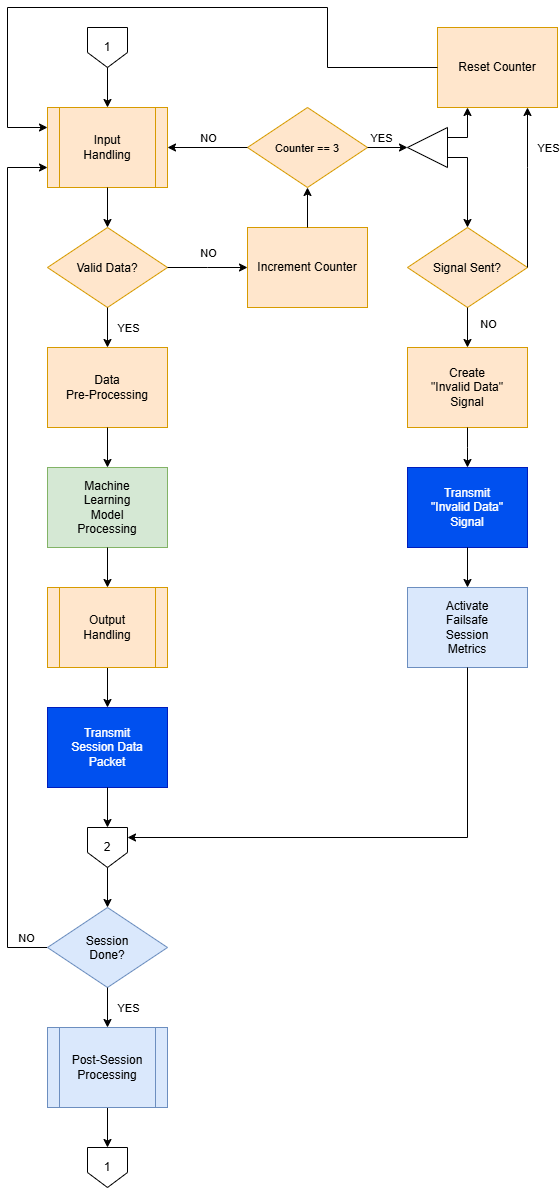
Above: system-architecture/assets/sys-op-fc-2.png in ARRR-Coen-Elec-490/docs (draw.io), before the change. Source tidied: cells renumbered, new cells last; positions are measured from the earlier drawing's top-left corner, leaving out a move shared by most shapes.
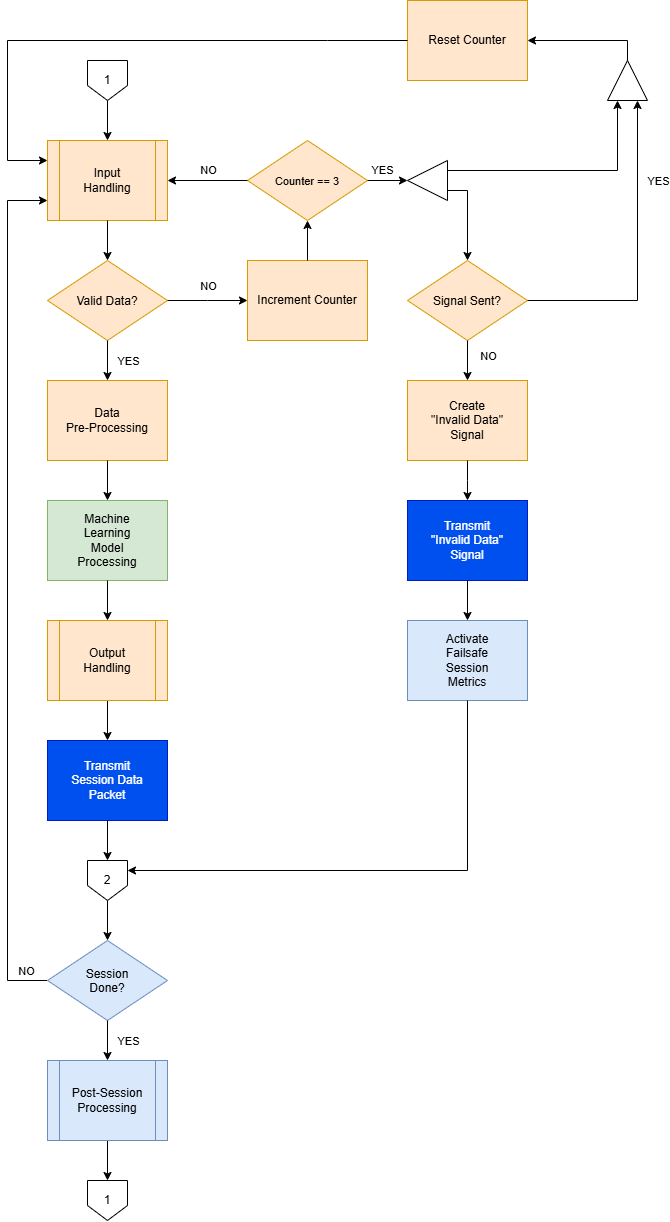
The same diagram one commit later.

The edit, as a diff of the source:
```diff
@@ -133,22 +133,21 @@
       </mxGeometry>
     </mxCell>
     <mxCell id="37" value="Reset Counter" style="rounded=0;whiteSpace=wrap;html=1;fillColor=#ffe6cc;strokeColor=#d79b00;" parent="1" vertex="1">
-      <mxGeometry x="430" y="20" width="120" height="80" as="geometry" />
+      <mxGeometry x="400" y="-40" width="120" height="80" as="geometry" />
     </mxCell>
     <mxCell id="38" style="endArrow=classic;html=1;rounded=0;defaultLabelBackgroundColor=page;labelPadding=0 4;entryX=0;entryY=0.25;entryDx=0;entryDy=0;exitX=0;exitY=0.5;exitDx=0;exitDy=0;" parent="1" edge="1" source="37" target="2">
-      <mxGeometry x="-0.03" relative="1" as="geometry">
+      <mxGeometry x="-0.16" relative="1" as="geometry">
         <Array as="points">
-          <mxPoint x="320" y="60" />
           <mxPoint x="320" />
           <mxPoint />
           <mxPoint y="120" />
         </Array>
       </mxGeometry>
     </mxCell>
-    <mxCell id="39" style="endArrow=classic;html=1;rounded=0;defaultLabelBackgroundColor=page;labelPadding=0 4;entryX=0.25;entryY=1;entryDx=0;entryDy=0;exitX=0;exitY=0.75;exitDx=0;exitDy=0;" parent="1" edge="1" source="30" target="37">
+    <mxCell id="39" style="endArrow=classic;html=1;rounded=0;defaultLabelBackgroundColor=page;labelPadding=0 4;entryX=0;entryY=0.25;entryDx=0;entryDy=0;exitX=0;exitY=0.75;exitDx=0;exitDy=0;" parent="1" edge="1" source="30" target="53">
       <mxGeometry relative="1" as="geometry">
         <Array as="points">
-          <mxPoint x="460" y="130" />
+          <mxPoint x="610" y="130" />
         </Array>
       </mxGeometry>
     </mxCell>
@@ -200,17 +199,27 @@
     <mxCell id="50" value="Post-Session&lt;div&gt;Processing&lt;/div&gt;" style="shape=process;whiteSpace=wrap;html=1;backgroundOutline=1;fillColor=#dae8fc;strokeColor=#6c8ebf;" parent="1" vertex="1">
       <mxGeometry x="40" y="1020" width="120" height="80" as="geometry" />
     </mxCell>
-    <mxCell id="51" style="endArrow=classic;html=1;rounded=0;defaultLabelBackgroundColor=page;labelPadding=0 4;entryX=0.75;entryY=1;entryDx=0;entryDy=0;exitX=1;exitY=0.5;exitDx=0;exitDy=0;" parent="1" edge="1" source="34" target="37">
+    <mxCell id="51" style="endArrow=classic;html=1;rounded=0;defaultLabelBackgroundColor=page;labelPadding=0 4;entryX=0;entryY=0.75;entryDx=0;entryDy=0;exitX=1;exitY=0.5;exitDx=0;exitDy=0;" parent="1" edge="1" source="34" target="53">
       <mxGeometry relative="1" as="geometry">
         <Array as="points">
-          <mxPoint x="520" y="160" />
+          <mxPoint x="630" y="260" />
         </Array>
       </mxGeometry>
     </mxCell>
     <mxCell id="52" value="YES" style="edgeLabel;html=1;align=center;verticalAlign=middle;inheritText=1;defaultLabelBackgroundColor=page;labelPadding=0 4;" parent="51" vertex="1">
       <mxGeometry x="0.16" relative="1" as="geometry">
-        <mxPoint x="20" y="-28" as="offset" />
+        <mxPoint x="20" y="-51" as="offset" />
       </mxGeometry>
     </mxCell>
+    <mxCell id="53" style="triangle;whiteSpace=wrap;html=1;shapeInside=1;rotation=-90;" parent="1" vertex="1">
+      <mxGeometry x="600" y="20" width="40" height="40" as="geometry" />
+    </mxCell>
+    <mxCell id="54" style="endArrow=classic;html=1;rounded=0;defaultLabelBackgroundColor=page;labelPadding=0 4;entryX=1;entryY=0.5;entryDx=0;entryDy=0;exitX=1;exitY=0.5;exitDx=0;exitDy=0;" parent="1" edge="1" source="53" target="37">
+      <mxGeometry relative="1" as="geometry">
+        <Array as="points">
+          <mxPoint x="620" />
+        </Array>
+      </mxGeometry>
+    </mxCell>
   </root>
 </mxGraphModel>
```
